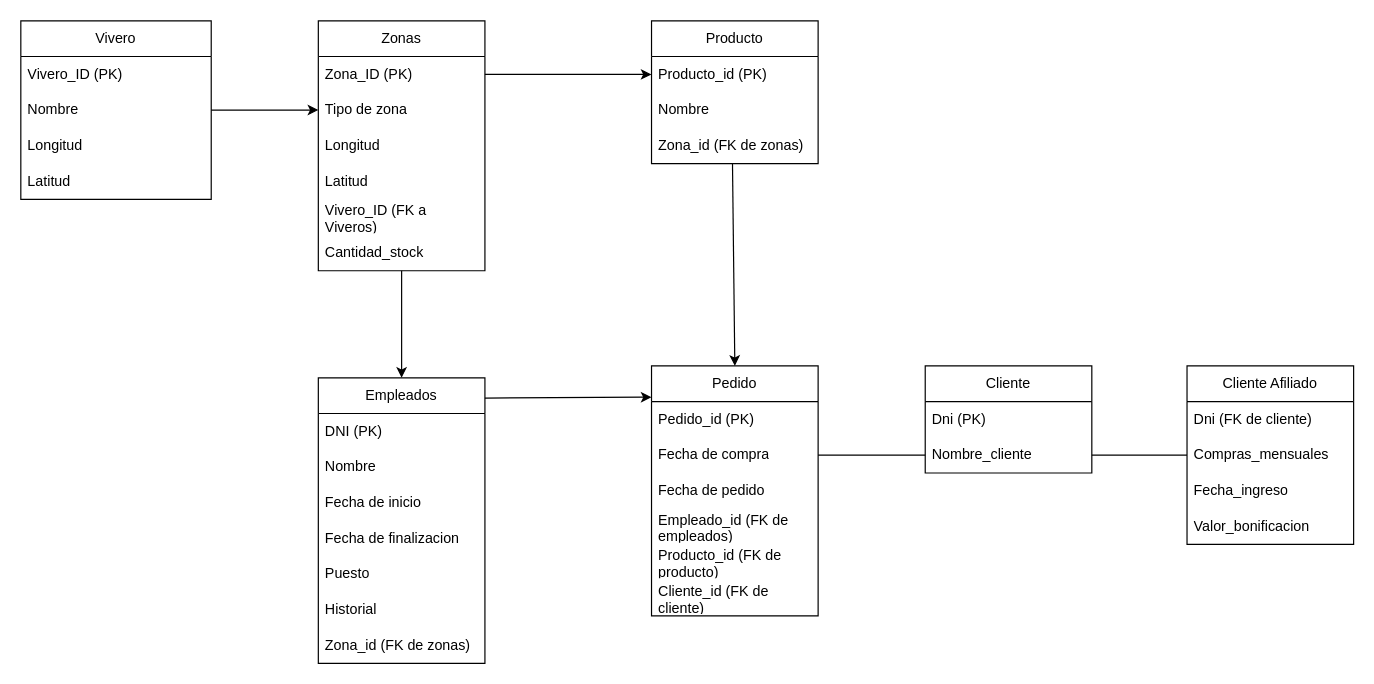
Earlier version of the draw.io diagram Modelo entidad relacion/Modelo relacional viveros.drawio (alu0101101507/ADBD). Source tidied: cells renumbered, new cells numbered last; positions are measured from the earlier drawing's top-left corner, leaving out a move shared by most shapes. Both pictures are drawn from the tidied source at 119%, with x=0, y=0 at pixel (20, 20).
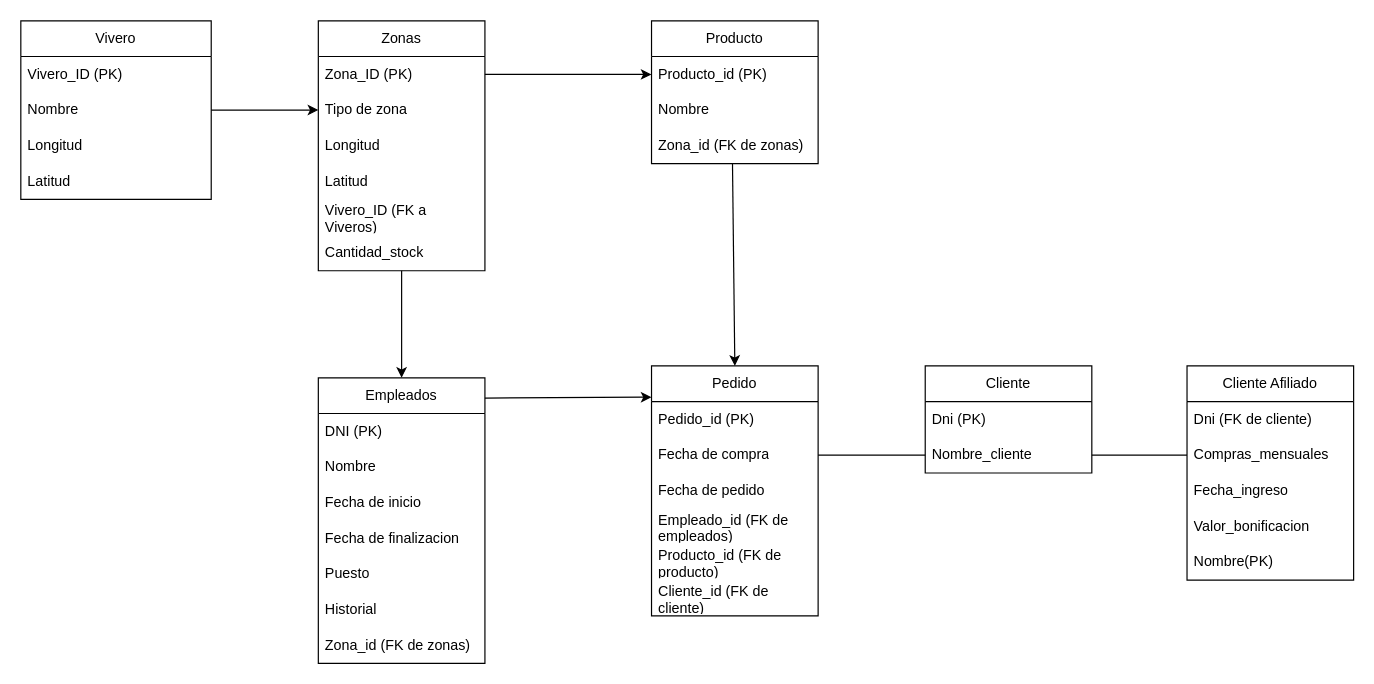
The same page after the edit.

The edit, as a diff of the source:
```diff
@@
     <mxCell id="42" value="Cliente Afiliado" style="swimlane;fontStyle=0;horizontal=1;startSize=30;whiteSpace=wrap;html=1;" parent="1" vertex="1">
-      <mxGeometry x="980" y="290" width="140" height="150" as="geometry" />
+      <mxGeometry x="980" y="290" width="140" height="180" as="geometry" />
     </mxCell>
@@
+    <mxCell id="48" value="Nombre(PK)" style="text;strokeColor=none;fillColor=none;align=left;verticalAlign=middle;spacingLeft=4;spacingRight=4;overflow=hidden;whiteSpace=wrap;html=1;" parent="42" vertex="1">
+      <mxGeometry y="150" width="140" height="30" as="geometry" />
+    </mxCell>
```
